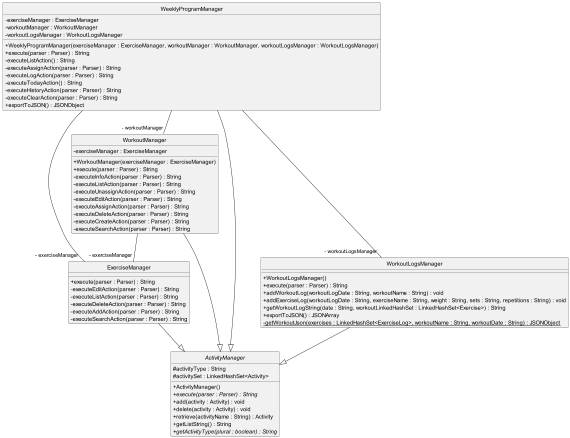
joshualeejunyi/tp keeps this PlantUML diagram as docs/diagrams/ActivityManagerClassDiagram.png. Above is the earlier version.
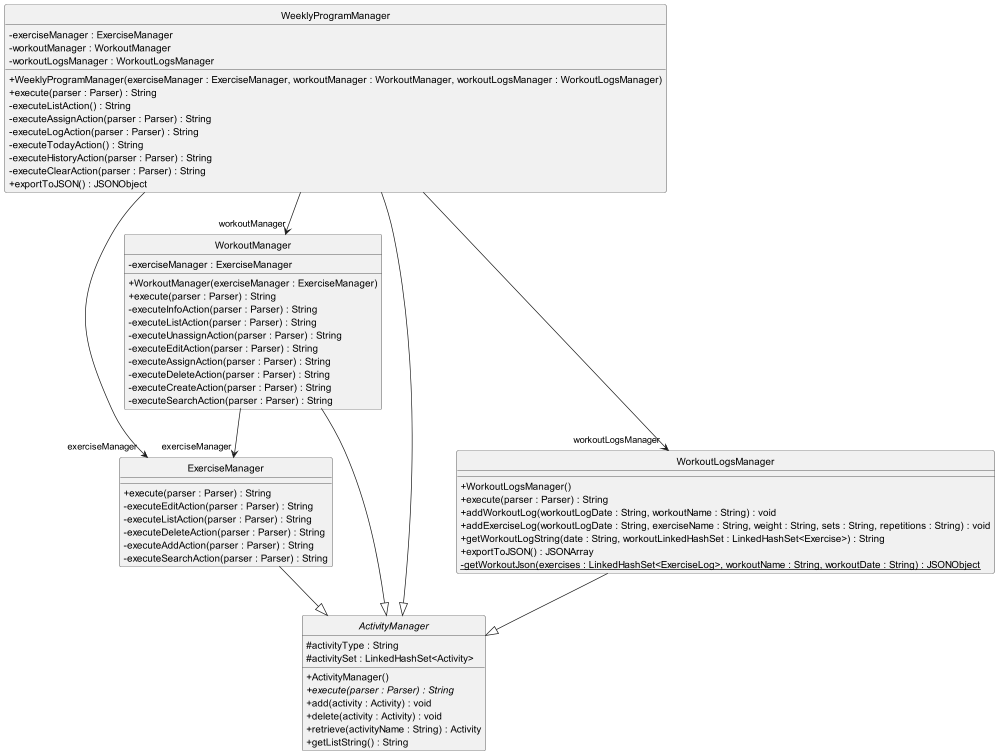
After the commit.

Commit message:
Add sequence diagrams

What changed in the source:
```diff
@@ -60,10 +60,9 @@
 + delete(activity : Activity) : void
 + retrieve(activityName : String) : Activity
 + getListString() : String
-+ {abstract} getActivityType(plural : boolean) : String
 }
-WorkoutManager--"- exerciseManager" ExerciseManager
-WeeklyProgramManager--"- exerciseManager" ExerciseManager
-WeeklyProgramManager--"- workoutManager" WorkoutManager
-WeeklyProgramManager--"- workoutLogsManager" WorkoutLogsManager
+WorkoutManager-->"exerciseManager" ExerciseManager
+WeeklyProgramManager-->"exerciseManager" ExerciseManager
+WeeklyProgramManager-->"workoutManager" WorkoutManager
+WeeklyProgramManager-->"workoutLogsManager" WorkoutLogsManager
 @enduml
```
